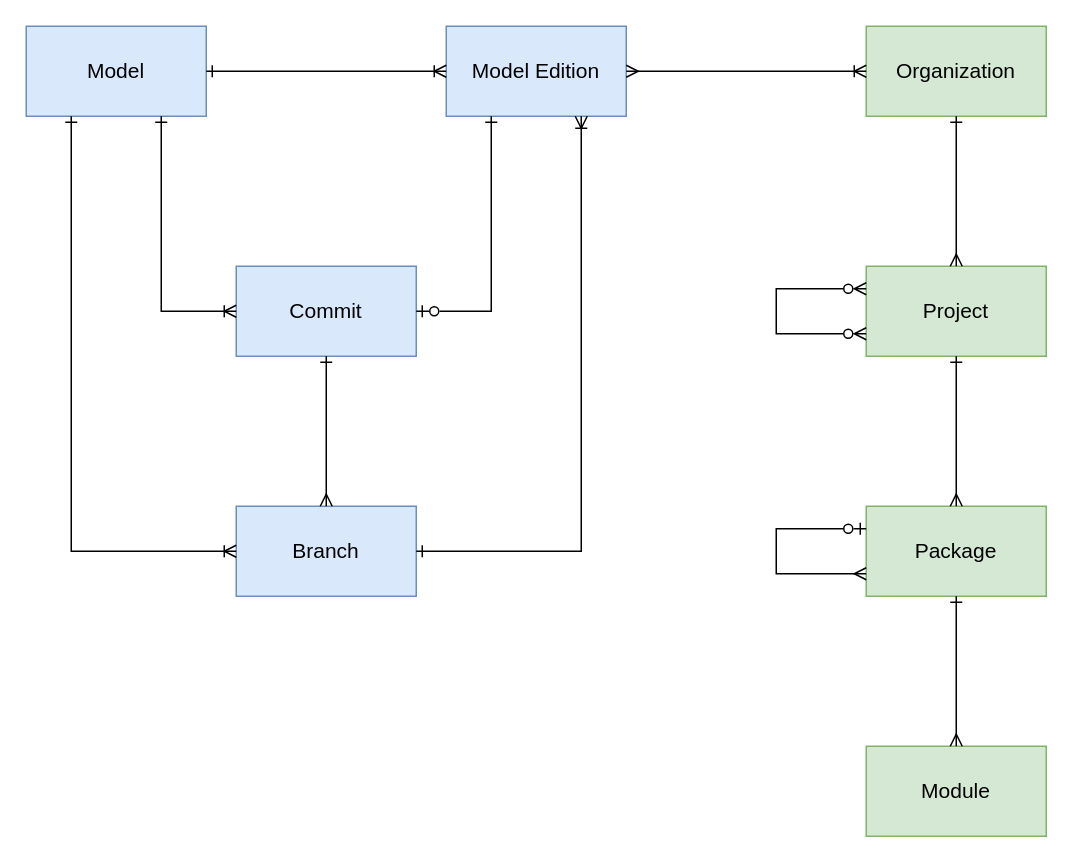
This is page "Structure" (9 of 9) of doc/lligne-ast.drawio from martin-nordberg/llignette, a draw.io file, before an edit. Source tidied: cells renumbered, new cells numbered last; positions are measured from the earlier drawing's top-left corner, leaving out a move shared by most shapes. Both pictures are drawn from the tidied source at 150%, with x=0, y=0 at pixel (26, 26).
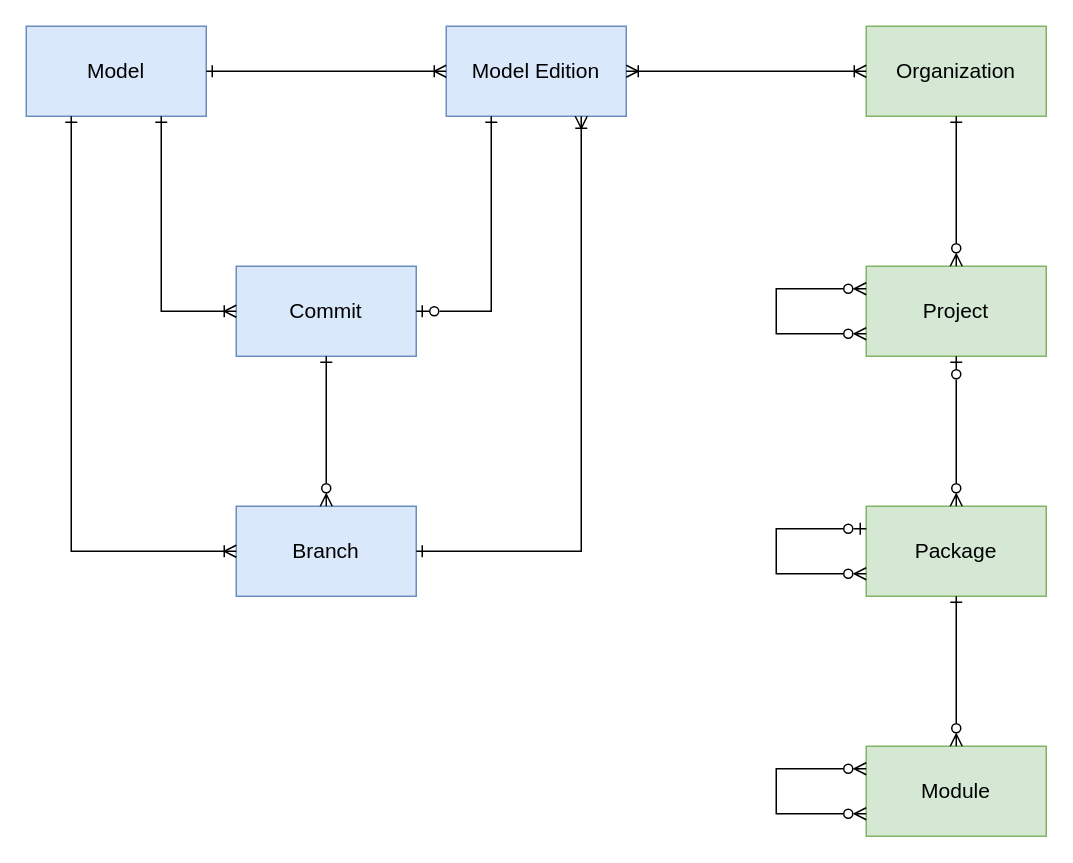
The same page after the edit.

The change refers to these unchanged cells:
```xml
<mxCell id="2" value="Organization" style="rounded=0;whiteSpace=wrap;html=1;fillColor=#d5e8d4;strokeColor=#82b366;fontSize=14;" parent="1" vertex="1">
  <mxGeometry x="560" width="120" height="60" as="geometry" />
</mxCell>
<mxCell id="3" value="Project" style="rounded=0;whiteSpace=wrap;html=1;fillColor=#d5e8d4;strokeColor=#82b366;fontSize=14;" parent="1" vertex="1">
  <mxGeometry x="560" y="160" width="120" height="60" as="geometry" />
</mxCell>
<mxCell id="5" value="Package" style="rounded=0;whiteSpace=wrap;html=1;fillColor=#d5e8d4;strokeColor=#82b366;fontSize=14;" parent="1" vertex="1">
  <mxGeometry x="560" y="320" width="120" height="60" as="geometry" />
</mxCell>
<mxCell id="8" value="Module" style="rounded=0;whiteSpace=wrap;html=1;fillColor=#d5e8d4;strokeColor=#82b366;fontSize=14;" parent="1" vertex="1">
  <mxGeometry x="560" y="480" width="120" height="60" as="geometry" />
</mxCell>
<mxCell id="12" value="Model Edition" style="rounded=0;whiteSpace=wrap;html=1;fillColor=#dae8fc;strokeColor=#6c8ebf;fontSize=14;" parent="1" vertex="1">
  <mxGeometry x="280" width="120" height="60" as="geometry" />
</mxCell>
<mxCell id="15" value="Commit" style="rounded=0;whiteSpace=wrap;html=1;fillColor=#dae8fc;strokeColor=#6c8ebf;fontSize=14;" parent="1" vertex="1">
  <mxGeometry x="140" y="160" width="120" height="60" as="geometry" />
</mxCell>
<mxCell id="18" value="Branch" style="rounded=0;whiteSpace=wrap;html=1;fillColor=#dae8fc;strokeColor=#6c8ebf;fontSize=14;" parent="1" vertex="1">
  <mxGeometry x="140" y="320" width="120" height="60" as="geometry" />
</mxCell>
```

Diff of the diagram source:
```diff
@@
-    <mxCell id="4" style="endArrow=ERmany;html=1;rounded=0;exitX=0.5;exitY=1;exitDx=0;exitDy=0;startFill=0;startArrow=ERone;endFill=0;entryX=0.5;entryY=0;entryDx=0;entryDy=0;" parent="1" edge="1" source="2" target="3">
+    <mxCell id="4" style="endArrow=ERzeroToMany;html=1;rounded=0;exitX=0.5;exitY=1;exitDx=0;exitDy=0;startFill=0;startArrow=ERone;endFill=0;entryX=0.5;entryY=0;entryDx=0;entryDy=0;" parent="1" edge="1" source="2" target="3">
       <mxGeometry relative="1" as="geometry" />
     </mxCell>
@@
-    <mxCell id="6" style="endArrow=ERmany;html=1;rounded=0;exitX=0.5;exitY=1;exitDx=0;exitDy=0;entryX=0.5;entryY=0;entryDx=0;entryDy=0;startFill=0;startArrow=ERone;endFill=0;" parent="1" edge="1" source="3" target="5">
+    <mxCell id="6" style="endArrow=ERzeroToMany;html=1;rounded=0;exitX=0.5;exitY=1;exitDx=0;exitDy=0;entryX=0.5;entryY=0;entryDx=0;entryDy=0;startFill=0;startArrow=ERzeroToOne;endFill=0;" parent="1" edge="1" source="3" target="5">
       <mxGeometry relative="1" as="geometry" />
     </mxCell>
-    <mxCell id="7" style="endArrow=ERmany;html=1;rounded=0;entryX=0;entryY=0.75;entryDx=0;entryDy=0;startFill=0;startArrow=ERzeroToOne;endFill=0;exitX=0;exitY=0.25;exitDx=0;exitDy=0;" parent="1" edge="1" source="5" target="5">
+    <mxCell id="7" style="endArrow=ERzeroToMany;html=1;rounded=0;entryX=0;entryY=0.75;entryDx=0;entryDy=0;startFill=0;startArrow=ERzeroToOne;endFill=0;exitX=0;exitY=0.25;exitDx=0;exitDy=0;" parent="1" edge="1" source="5" target="5">
       <mxGeometry relative="1" as="geometry">
         <Array as="points">
           <mxPoint x="500" y="335" />
           <mxPoint x="500" y="365" />
         </Array>
       </mxGeometry>
     </mxCell>
@@
-    <mxCell id="9" style="endArrow=ERmany;html=1;rounded=0;exitX=0.5;exitY=1;exitDx=0;exitDy=0;entryX=0.5;entryY=0;entryDx=0;entryDy=0;startFill=0;startArrow=ERone;endFill=0;" parent="1" edge="1" source="5" target="8">
+    <mxCell id="9" style="endArrow=ERzeroToMany;html=1;rounded=0;exitX=0.5;exitY=1;exitDx=0;exitDy=0;entryX=0.5;entryY=0;entryDx=0;entryDy=0;startFill=0;startArrow=ERone;endFill=0;" parent="1" edge="1" source="5" target="8">
       <mxGeometry relative="1" as="geometry" />
     </mxCell>
     <mxCell id="10" style="endArrow=ERzeroToMany;html=1;rounded=0;entryX=0;entryY=0.75;entryDx=0;entryDy=0;startFill=0;startArrow=ERzeroToMany;endFill=0;exitX=0;exitY=0.25;exitDx=0;exitDy=0;" parent="1" edge="1" source="3" target="3">
       <mxGeometry relative="1" as="geometry">
         <Array as="points">
           <mxPoint x="500" y="175" />
           <mxPoint x="500" y="205" />
-          <mxPoint x="520" y="205" />
         </Array>
       </mxGeometry>
     </mxCell>
@@
-    <mxCell id="14" style="endArrow=ERmany;html=1;rounded=0;exitX=0;exitY=0.5;exitDx=0;exitDy=0;startFill=0;startArrow=ERoneToMany;endFill=0;entryX=1;entryY=0.5;entryDx=0;entryDy=0;" parent="1" edge="1" source="2" target="12">
+    <mxCell id="14" style="endArrow=ERoneToMany;html=1;rounded=0;exitX=0;exitY=0.5;exitDx=0;exitDy=0;startFill=0;startArrow=ERoneToMany;endFill=0;entryX=1;entryY=0.5;entryDx=0;entryDy=0;" parent="1" edge="1" source="2" target="12">
       <mxGeometry relative="1" as="geometry" />
     </mxCell>
@@
-    <mxCell id="20" style="endArrow=ERmany;html=1;rounded=0;exitX=0.5;exitY=1;exitDx=0;exitDy=0;startFill=0;startArrow=ERone;endFill=0;entryX=0.5;entryY=0;entryDx=0;entryDy=0;" parent="1" edge="1" source="15" target="18">
+    <mxCell id="20" style="endArrow=ERzeroToMany;html=1;rounded=0;exitX=0.5;exitY=1;exitDx=0;exitDy=0;startFill=0;startArrow=ERone;endFill=0;entryX=0.5;entryY=0;entryDx=0;entryDy=0;" parent="1" edge="1" source="15" target="18">
       <mxGeometry relative="1" as="geometry" />
     </mxCell>
@@
+    <mxCell id="22" style="endArrow=ERzeroToMany;html=1;rounded=0;startFill=0;startArrow=ERzeroToMany;endFill=0;exitX=0;exitY=0.25;exitDx=0;exitDy=0;entryX=0;entryY=0.75;entryDx=0;entryDy=0;" parent="1" edge="1" source="8" target="8">
+      <mxGeometry relative="1" as="geometry">
+        <Array as="points">
+          <mxPoint x="500" y="495" />
+          <mxPoint x="500" y="525" />
+        </Array>
+      </mxGeometry>
+    </mxCell>
```
